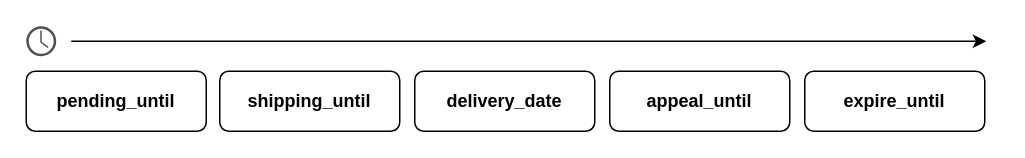
Earlier version of the draw.io diagram z/docs/time.drawio (fossabot/pairfy). Source tidied: cells renumbered, new cells numbered last; positions are measured from the earlier drawing's top-left corner, leaving out a move shared by most shapes. Both pictures are drawn from the tidied source at 150%, with x=0, y=0 at pixel (26, 26).
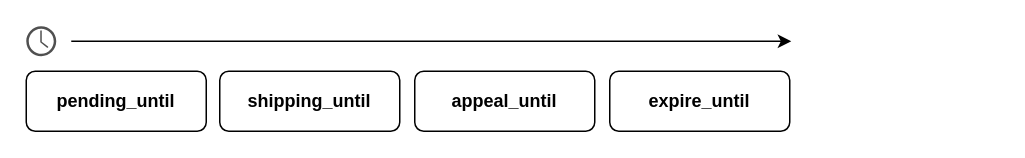
Above is the later version.

What changed in the source:
```diff
@@
 <mxGraphModel>
   <root>
     <mxCell id="0" />
     <mxCell id="1" parent="0" />
     <mxCell id="2" style="endArrow=classic;html=1;rounded=0;" parent="1" edge="1">
       <mxGeometry relative="1" as="geometry">
         <mxPoint x="30" y="10" as="sourcePoint" />
-        <mxPoint x="640" y="10" as="targetPoint" />
+        <mxPoint x="510" y="10" as="targetPoint" />
       </mxGeometry>
     </mxCell>
     <mxCell id="3" value="expire_until" style="rounded=1;whiteSpace=wrap;html=1;fontStyle=1;" parent="1" vertex="1">
-      <mxGeometry x="519" y="30" width="120" height="40" as="geometry" />
+      <mxGeometry x="389" y="30" width="120" height="40" as="geometry" />
     </mxCell>
-    <mxCell id="4" value="&lt;b&gt;delivery_date&lt;/b&gt;" style="rounded=1;whiteSpace=wrap;html=1;" parent="1" vertex="1">
-      <mxGeometry x="259" y="30" width="120" height="40" as="geometry" />
-    </mxCell>
     <mxCell id="5" value="appeal_until" style="rounded=1;whiteSpace=wrap;html=1;fontStyle=1;" parent="1" vertex="1">
-      <mxGeometry x="389" y="30" width="120" height="40" as="geometry" />
+      <mxGeometry x="259" y="30" width="120" height="40" as="geometry" />
     </mxCell>
     <mxCell id="6" value="&lt;b&gt;shipping_until&lt;/b&gt;" style="rounded=1;whiteSpace=wrap;html=1;" parent="1" vertex="1">
       <mxGeometry x="129" y="30" width="120" height="40" as="geometry" />
     </mxCell>
     <mxCell id="7" value="&lt;b&gt;pending_until&lt;/b&gt;" style="rounded=1;whiteSpace=wrap;html=1;" parent="1" vertex="1">
       <mxGeometry y="30" width="120" height="40" as="geometry" />
     </mxCell>
     <mxCell id="8" style="sketch=0;shadow=0;dashed=0;html=1;strokeColor=none;fillColor=#505050;labelPosition=center;verticalLabelPosition=bottom;verticalAlign=top;align=center;shape=mxgraph.office.concepts.clock;" parent="1" vertex="1">
       <mxGeometry width="20" height="20" as="geometry" />
     </mxCell>
   </root>
 </mxGraphModel>
```
